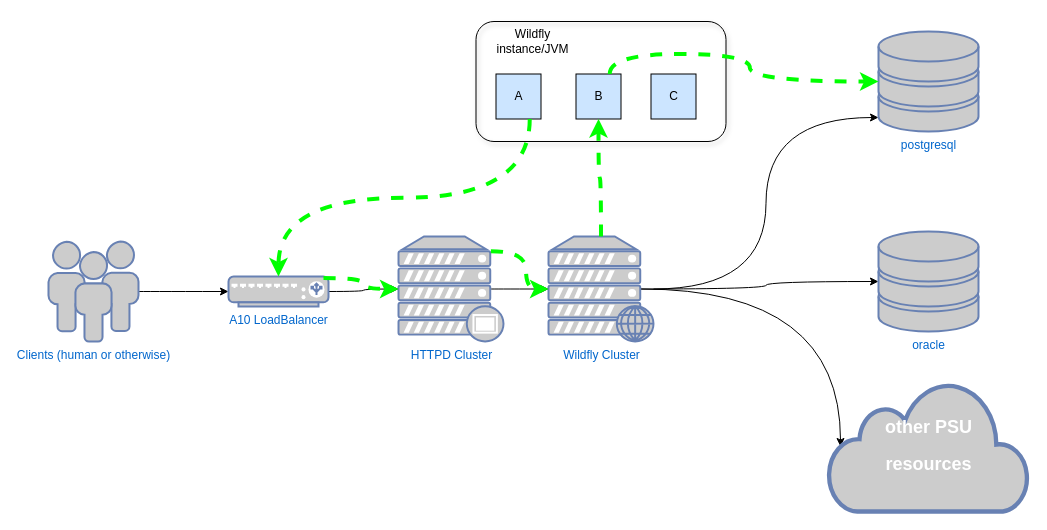
PennState/draw.io keeps this draw.io diagram as old-state.drawio. Above is the earlier version. Source tidied: cells renumbered, new cells numbered last; positions are measured from the earlier drawing's top-left corner, leaving out a move shared by most shapes. Both pictures are drawn from the tidied source at 100%, with x=0, y=0 at pixel (48, 21).
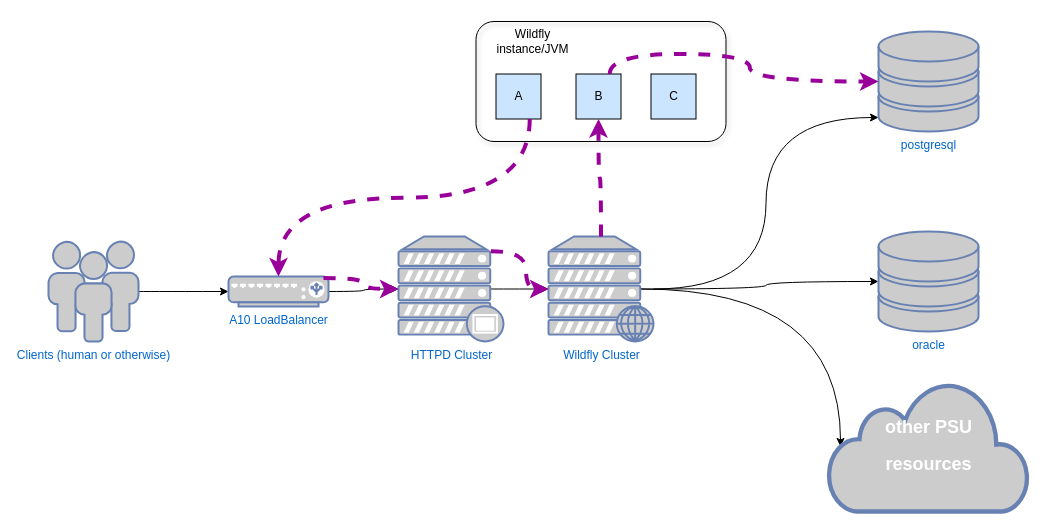
The same diagram, later.

The change refers to these unchanged cells:
```xml
<mxCell id="7" value="&lt;div&gt;Wildfly Cluster&lt;/div&gt;" style="fontColor=#0066CC;verticalAlign=top;verticalLabelPosition=bottom;labelPosition=center;align=center;html=1;outlineConnect=0;fillColor=#CCCCCC;strokeColor=#6881B3;gradientColor=none;gradientDirection=north;strokeWidth=2;shape=mxgraph.networks.web_server;" parent="1" vertex="1">
  <mxGeometry x="500" y="215" width="105" height="105" as="geometry" />
</mxCell>
<mxCell id="9" value="&lt;div&gt;HTTPD Cluster&lt;/div&gt;" style="fontColor=#0066CC;verticalAlign=top;verticalLabelPosition=bottom;labelPosition=center;align=center;html=1;outlineConnect=0;fillColor=#CCCCCC;strokeColor=#6881B3;gradientColor=none;gradientDirection=north;strokeWidth=2;shape=mxgraph.networks.proxy_server;" parent="1" vertex="1">
  <mxGeometry x="350" y="215" width="105" height="105" as="geometry" />
</mxCell>
<mxCell id="11" value="A10 LoadBalancer" style="fontColor=#0066CC;verticalAlign=top;verticalLabelPosition=bottom;labelPosition=center;align=center;html=1;outlineConnect=0;fillColor=#CCCCCC;strokeColor=#6881B3;gradientColor=none;gradientDirection=north;strokeWidth=2;shape=mxgraph.networks.load_balancer;" parent="1" vertex="1">
  <mxGeometry x="180" y="255" width="100" height="30" as="geometry" />
</mxCell>
<mxCell id="12" value="&lt;div&gt;postgresql&lt;/div&gt;" style="fontColor=#0066CC;verticalAlign=top;verticalLabelPosition=bottom;labelPosition=center;align=center;html=1;outlineConnect=0;fillColor=#CCCCCC;strokeColor=#6881B3;gradientColor=none;gradientDirection=north;strokeWidth=2;shape=mxgraph.networks.storage;" parent="1" vertex="1">
  <mxGeometry x="830" y="10" width="100" height="100" as="geometry" />
</mxCell>
<mxCell id="17" value="A" style="rounded=0;whiteSpace=wrap;html=1;shadow=0;fillColor=#CCE5FF;" parent="15" vertex="1">
  <mxGeometry x="20" y="52.5" width="45" height="45" as="geometry" />
</mxCell>
<mxCell id="18" value="B" style="rounded=0;whiteSpace=wrap;html=1;shadow=0;fillColor=#CCE5FF;" parent="15" vertex="1">
  <mxGeometry x="100" y="52.5" width="45" height="45" as="geometry" />
</mxCell>
```

What changed in the source:
```diff
@@
-    <mxCell id="22" style="edgeStyle=orthogonalEdgeStyle;curved=1;rounded=0;jettySize=auto;html=1;exitX=0.75;exitY=1;exitDx=0;exitDy=0;entryX=0.5;entryY=0;entryDx=0;entryDy=0;entryPerimeter=0;dashed=1;strokeColor=#00FF00;strokeWidth=4;comic=0;" parent="21" edge="1" source="17" target="11">
+    <mxCell id="22" style="edgeStyle=orthogonalEdgeStyle;curved=1;rounded=0;jettySize=auto;html=1;exitX=0.75;exitY=1;exitDx=0;exitDy=0;entryX=0.5;entryY=0;entryDx=0;entryDy=0;entryPerimeter=0;dashed=1;strokeColor=#990099;strokeWidth=4;comic=0;" parent="21" edge="1" source="17" target="11">
       <mxGeometry relative="1" as="geometry" />
     </mxCell>
-    <mxCell id="23" style="edgeStyle=orthogonalEdgeStyle;curved=1;rounded=0;comic=0;jettySize=auto;html=1;exitX=0.95;exitY=0.05;exitDx=0;exitDy=0;exitPerimeter=0;dashed=1;strokeColor=#00FF00;strokeWidth=4;" parent="21" edge="1" source="11" target="9">
+    <mxCell id="23" style="edgeStyle=orthogonalEdgeStyle;curved=1;rounded=0;comic=0;jettySize=auto;html=1;exitX=0.95;exitY=0.05;exitDx=0;exitDy=0;exitPerimeter=0;dashed=1;strokeColor=#990099;strokeWidth=4;" parent="21" edge="1" source="11" target="9">
       <mxGeometry relative="1" as="geometry" />
     </mxCell>
-    <mxCell id="24" style="edgeStyle=orthogonalEdgeStyle;curved=1;rounded=0;comic=0;jettySize=auto;html=1;exitX=0.88;exitY=0.14;exitDx=0;exitDy=0;exitPerimeter=0;entryX=0;entryY=0.5;entryDx=0;entryDy=0;entryPerimeter=0;dashed=1;strokeColor=#00FF00;strokeWidth=4;" parent="21" edge="1" source="9" target="7">
+    <mxCell id="24" style="edgeStyle=orthogonalEdgeStyle;curved=1;rounded=0;comic=0;jettySize=auto;html=1;exitX=0.88;exitY=0.14;exitDx=0;exitDy=0;exitPerimeter=0;entryX=0;entryY=0.5;entryDx=0;entryDy=0;entryPerimeter=0;dashed=1;strokeColor=#990099;strokeWidth=4;" parent="21" edge="1" source="9" target="7">
       <mxGeometry relative="1" as="geometry" />
     </mxCell>
-    <mxCell id="25" style="edgeStyle=orthogonalEdgeStyle;curved=1;rounded=0;comic=0;jettySize=auto;html=1;exitX=0.5;exitY=0;exitDx=0;exitDy=0;exitPerimeter=0;dashed=1;strokeColor=#00FF00;strokeWidth=4;" parent="21" edge="1" source="7" target="18">
+    <mxCell id="25" style="edgeStyle=orthogonalEdgeStyle;curved=1;rounded=0;comic=0;jettySize=auto;html=1;exitX=0.5;exitY=0;exitDx=0;exitDy=0;exitPerimeter=0;dashed=1;strokeColor=#990099;strokeWidth=4;" parent="21" edge="1" source="7" target="18">
       <mxGeometry relative="1" as="geometry" />
     </mxCell>
-    <mxCell id="26" style="edgeStyle=orthogonalEdgeStyle;curved=1;rounded=0;comic=0;jettySize=auto;html=1;exitX=0.75;exitY=0;exitDx=0;exitDy=0;dashed=1;strokeColor=#00FF00;strokeWidth=4;" parent="21" edge="1" source="18" target="12">
+    <mxCell id="26" style="edgeStyle=orthogonalEdgeStyle;curved=1;rounded=0;comic=0;jettySize=auto;html=1;exitX=0.75;exitY=0;exitDx=0;exitDy=0;dashed=1;strokeColor=#990099;strokeWidth=4;" parent="21" edge="1" source="18" target="12">
       <mxGeometry relative="1" as="geometry" />
     </mxCell>
```
